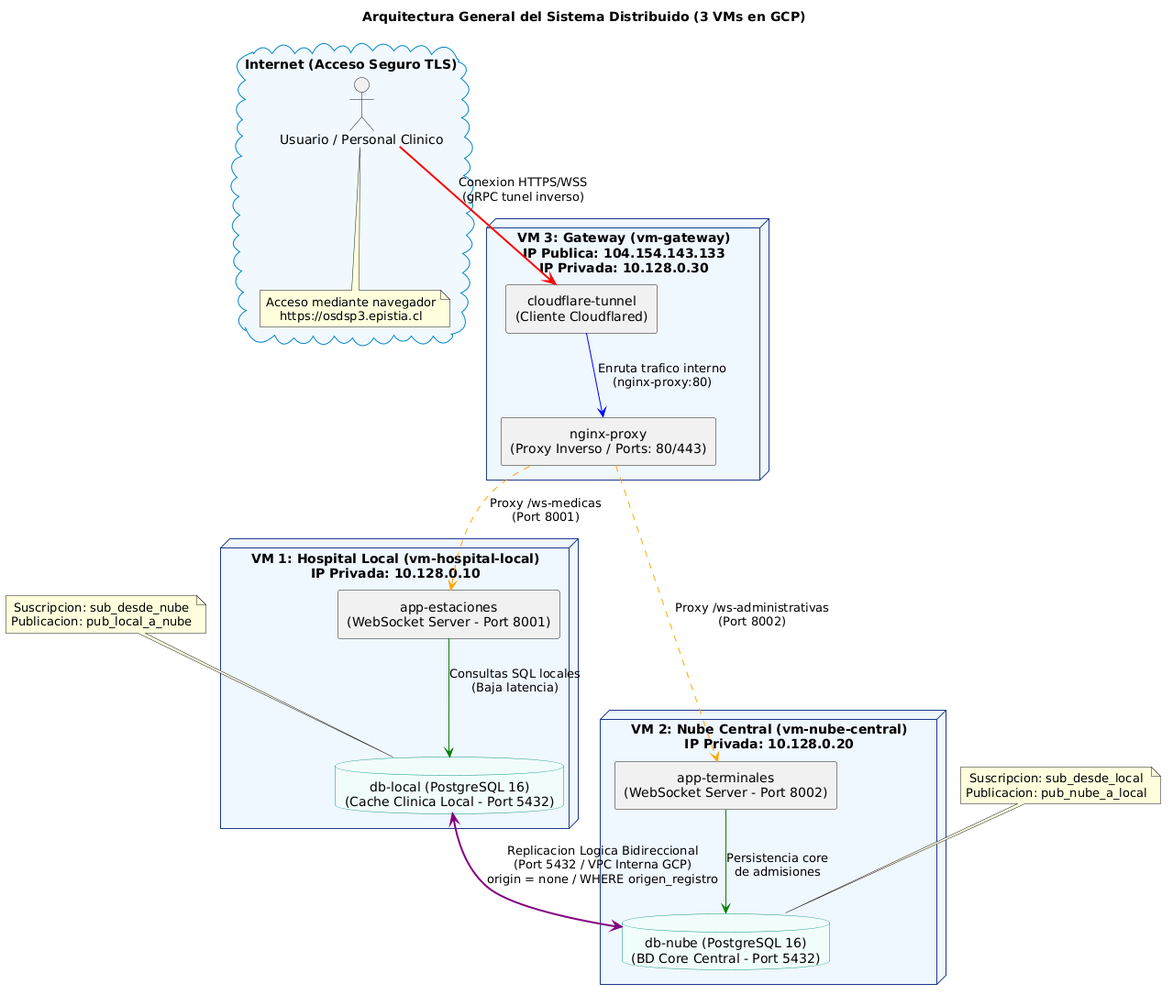
maruzs/Proyecto-OSDS keeps this PlantUML diagram as Docs/arquitectura/arquitecturaV2.png. Above is the earlier version.
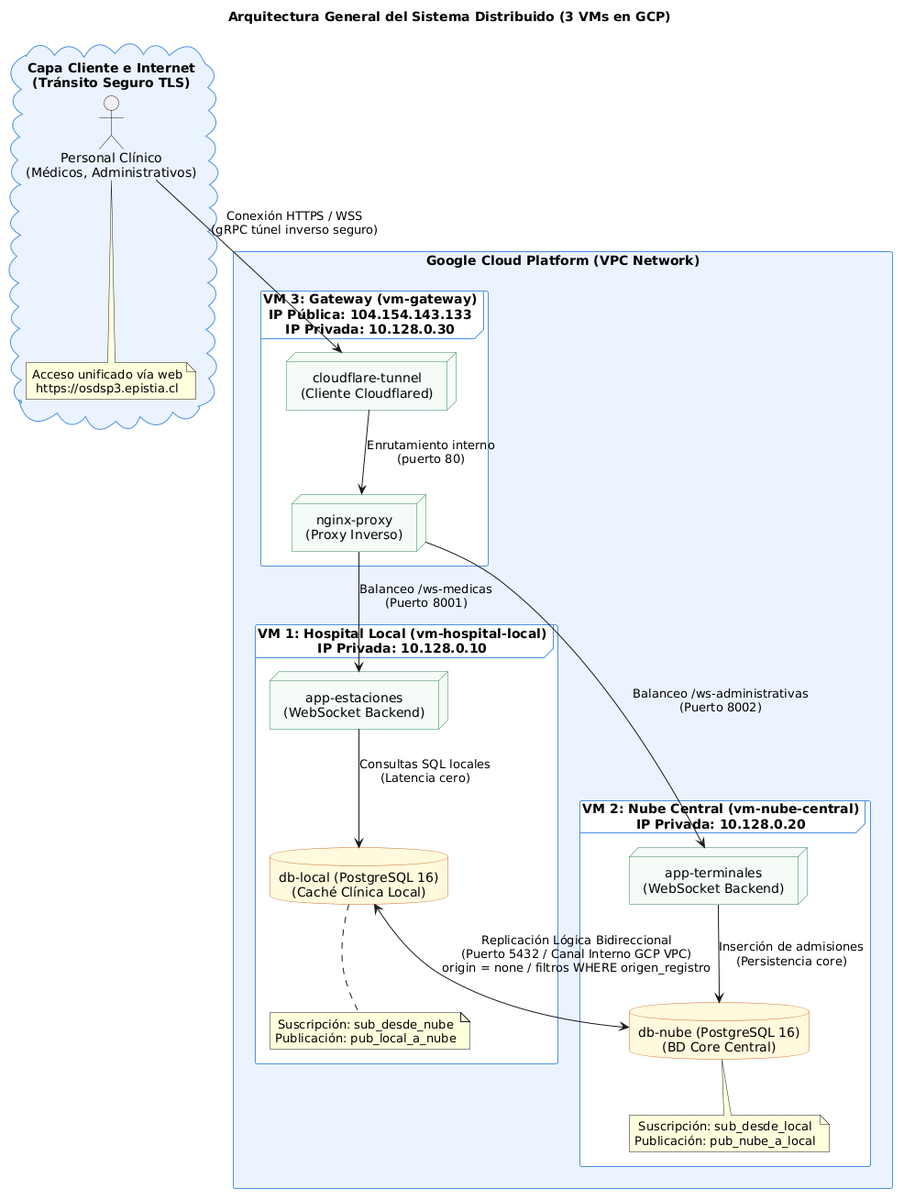
After the change.

Commit message:
Estilizar diagrama PlantUML y PNG para que coincida con el estilo de la arquitectura original

Change to the diagram source:
```diff
@@ -6,60 +6,68 @@
 skinparam componentStyle rectangle
 skinparam defaultTextAlignment center
 
-skinparam node {
-    BorderColor #1E3A8A
-    BackgroundColor #EFF6FF
-}
-skinparam database {
-    BorderColor #0D9488
-    BackgroundColor #F0FDFA
-}
-skinparam cloud {
-    BorderColor #0284C7
-    BackgroundColor #F0F9FF
+skinparam package {
+    BorderColor #4A90E2
+    BackgroundColor #EAF3FF
 }
 
-cloud "Internet (Acceso Seguro TLS)" as INTERNET {
-    actor "Usuario / Personal Clinico" as CLIENT
+skinparam node {
+    BorderColor #2E8B57
+    BackgroundColor #F4FBF7
+}
+
+skinparam database {
+    BorderColor #D2691E
+    BackgroundColor #FFF8DC
+}
+
+cloud "Capa Cliente e Internet\n(Tránsito Seguro TLS)" as INTERNET {
+    actor "Personal Clínico\n(Médicos, Administrativos)" as CLIENT
+
     note bottom of CLIENT
-        Acceso mediante navegador
+        Acceso unificado vía web
         https://osdsp3.epistia.cl
     end note
 }
 
-node "VM 3: Gateway (vm-gateway)\nIP Publica: 104.154.143.133\nIP Privada: 10.128.0.30" as VMGATEWAY {
-    component "cloudflare-tunnel\n(Cliente Cloudflared)" as TUNNEL
-    component "nginx-proxy\n(Proxy Inverso / Ports: 80/443)" as NGINX
+package "Google Cloud Platform (VPC Network)" as GCP #EAF3FF {
 
-    TUNNEL -[#blue]-> NGINX : Enruta trafico interno\n(nginx-proxy:80)
+    frame "VM 3: Gateway (vm-gateway)\nIP Pública: 104.154.143.133\nIP Privada: 10.128.0.30" as VM3 #FFFFFF {
+        node "nginx-proxy\n(Proxy Inverso)" as NGINX
+        node "cloudflare-tunnel\n(Cliente Cloudflared)" as TUNNEL
+
+        TUNNEL --> NGINX : Enrutamiento interno\n(puerto 80)
+    }
+
+    frame "VM 1: Hospital Local (vm-hospital-local)\nIP Privada: 10.128.0.10" as VM1 #FFFFFF {
+        node "app-estaciones\n(WebSocket Backend)" as ESTACIONES
+        database "db-local (PostgreSQL 16)\n(Caché Clínica Local)" as DBLOCAL
+
+        ESTACIONES --> DBLOCAL : Consultas SQL locales\n(Latencia cero)
+
+        note bottom of DBLOCAL
+            Suscripción: sub_desde_nube
+            Publicación: pub_local_a_nube
+        end note
+    }
+
+    frame "VM 2: Nube Central (vm-nube-central)\nIP Privada: 10.128.0.20" as VM2 #FFFFFF {
+        node "app-terminales\n(WebSocket Backend)" as TERMINALES
+        database "db-nube (PostgreSQL 16)\n(BD Core Central)" as DBNUBE
+
+        TERMINALES --> DBNUBE : Inserción de admisiones\n(Persistencia core)
+
+        note bottom of DBNUBE
+            Suscripción: sub_desde_local
+            Publicación: pub_nube_a_local
+        end note
+    }
 }
 
-CLIENT -[#red,bold]-> TUNNEL : Conexion HTTPS/WSS\n(gRPC tunel inverso)
+CLIENT --> TUNNEL : Conexión HTTPS / WSS\n(gRPC túnel inverso seguro)
 
-node "VM 1: Hospital Local (vm-hospital-local)\nIP Privada: 10.128.0.10" as VMHOSPITAL {
-    component "app-estaciones\n(WebSocket Server - Port 8001)" as ESTACIONES
-    database "db-local (PostgreSQL 16)\n(Cache Clinica Local - Port 5432)" as DBLOCAL
+NGINX --> ESTACIONES : Balanceo /ws-medicas\n(Puerto 8001)
+NGINX --> TERMINALES : Balanceo /ws-administrativas\n(Puerto 8002)
 
-    ESTACIONES -[#green]-> DBLOCAL : Consultas SQL locales\n(Baja latencia)
-}
-
-node "VM 2: Nube Central (vm-nube-central)\nIP Privada: 10.128.0.20" as VMNUBE {
-    component "app-terminales\n(WebSocket Server - Port 8002)" as TERMINALES
-    database "db-nube (PostgreSQL 16)\n(BD Core Central - Port 5432)" as DBNUBE
-
-    TERMINALES -[#green]-> DBNUBE : Persistencia core\nde admisiones
-}
-
-NGINX -[#orange,dashed]-> ESTACIONES : Proxy /ws-medicas\n(Port 8001)
-NGINX -[#orange,dashed]-> TERMINALES : Proxy /ws-administrativas\n(Port 8002)
-
-DBLOCAL <.[#purple,bold].> DBNUBE : Replicacion Logica Bidireccional\n(Port 5432 / VPC Interna GCP)\norigin = none / WHERE origen_registro
-note top of DBLOCAL
-  Suscripcion: sub_desde_nube
-  Publicacion: pub_local_a_nube
-end note
-note top of DBNUBE
-  Suscripcion: sub_desde_local
-  Publicacion: pub_nube_a_local
-end note
+DBLOCAL <--> DBNUBE : Replicación Lógica Bidireccional\n(Puerto 5432 / Canal Interno GCP VPC)\norigin = none / filtros WHERE origen_registro
 @enduml
```
